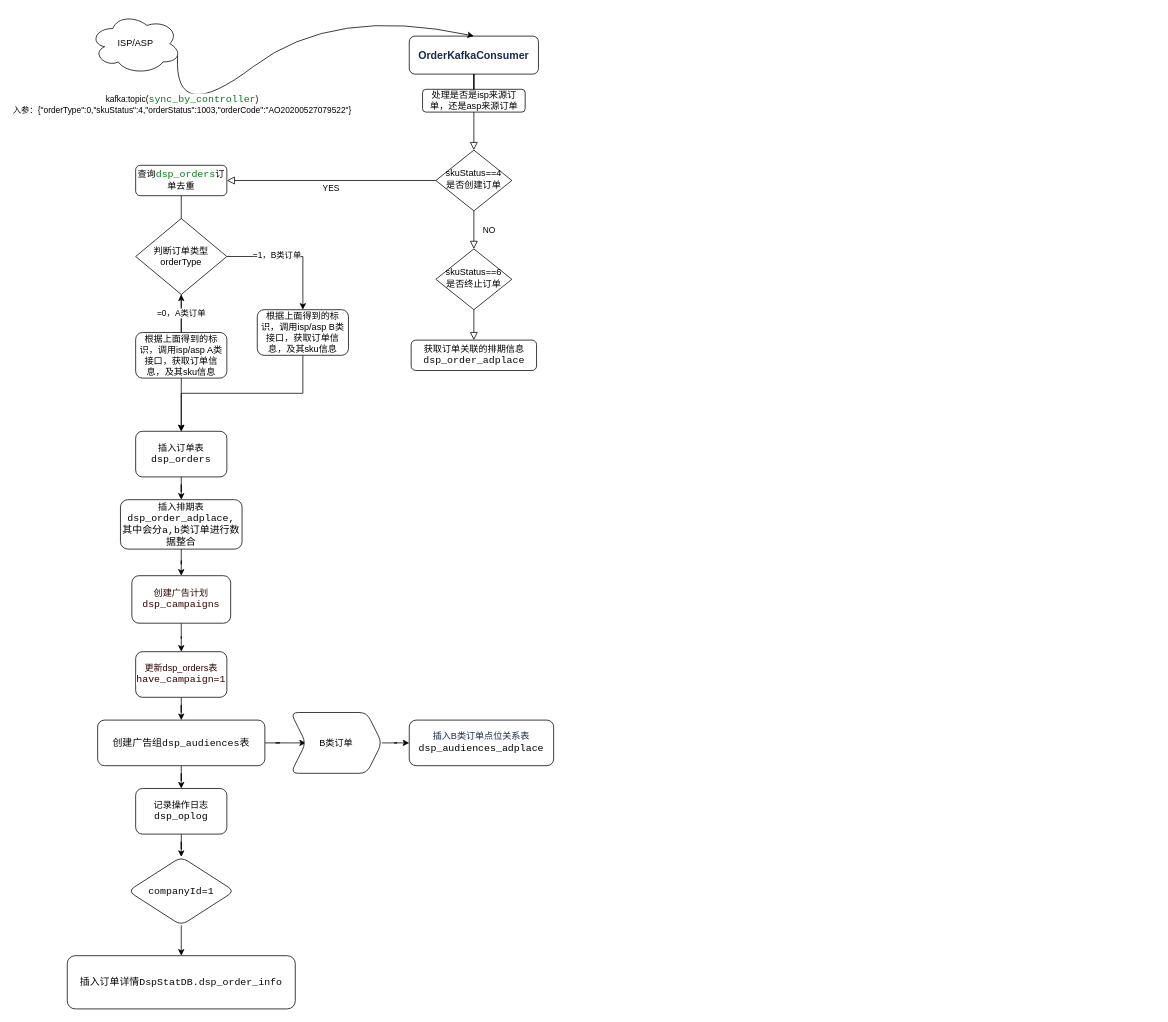
Before: 未命名绘图.drawio in huankong/processon, a draw.io diagram. Source tidied: cells renumbered, new cells numbered last; positions are measured from the earlier drawing's top-left corner, leaving out a move shared by most shapes. Both pictures are drawn from the tidied source at 76%, with x=0, y=0 at pixel (67, 5).
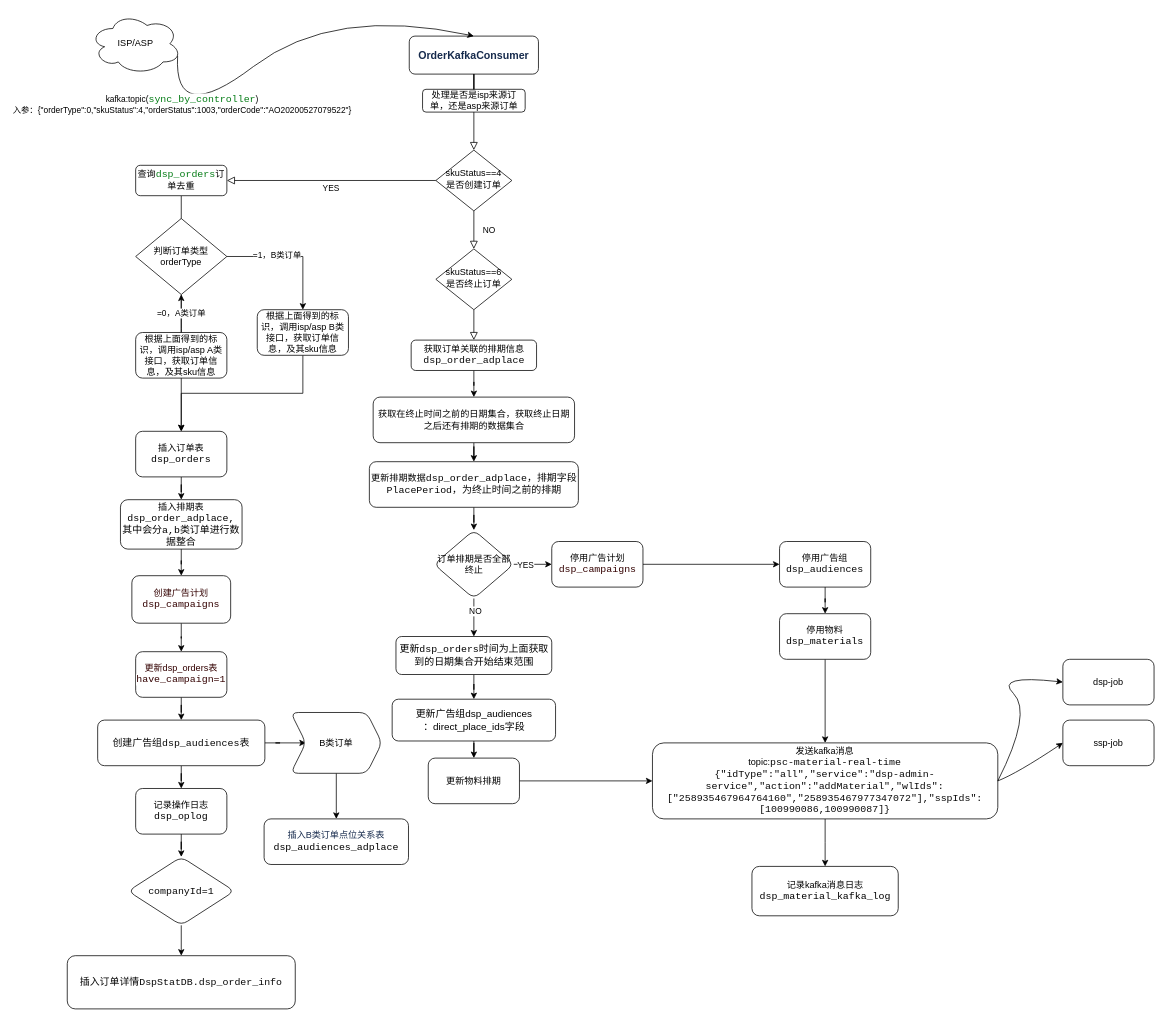
After the change.

Commit message:
更新未命名绘图.drawio

The change refers to these unchanged cells:
```xml
<mxCell id="11" value="获取订单关联的排期信息&lt;span style=&quot;background-color: rgb(255 , 255 , 255) ; color: rgb(8 , 8 , 8) ; font-family: &amp;#34;jetbrains mono&amp;#34; , monospace ; font-size: 9.8pt&quot;&gt;dsp_order_adplace&lt;/span&gt;" style="rounded=1;whiteSpace=wrap;html=1;fontSize=12;glass=0;strokeWidth=1;shadow=0;" parent="1" vertex="1">
  <mxGeometry x="452.5" y="440" width="165" height="40" as="geometry" />
</mxCell>
```

Diff of the diagram source:
```diff
@@
+    <mxCell id="45" style="edgeStyle=orthogonalEdgeStyle;rounded=0;jettySize=auto;html=1;" parent="1" edge="1" source="11" target="47">
+      <mxGeometry relative="1" as="geometry" />
+    </mxCell>
@@
     <mxCell id="39" value="&lt;span style=&quot;color: rgb(23 , 43 , 77) ; letter-spacing: -0.006em&quot;&gt;&lt;font style=&quot;font-size: 12px&quot;&gt;插入B类订单点位关系表&lt;/font&gt;&lt;/span&gt;&lt;span style=&quot;background-color: rgb(255 , 255 , 255) ; font-family: &amp;#34;jetbrains mono&amp;#34; , monospace ; font-size: 9.8pt&quot;&gt;dsp_audiences_adplace&lt;/span&gt;" style="whiteSpace=wrap;html=1;rounded=1;" parent="1" vertex="1">
-      <mxGeometry x="450" y="940" width="190" height="60" as="geometry" />
+      <mxGeometry x="259" y="1070" width="190" height="60" as="geometry" />
     </mxCell>
@@
+    <mxCell id="46" style="edgeStyle=orthogonalEdgeStyle;rounded=0;jettySize=auto;html=1;" parent="1" edge="1" source="47" target="51">
+      <mxGeometry relative="1" as="geometry" />
+    </mxCell>
+    <mxCell id="47" value="获取在终止时间之前的日期集合，获取终止日期之后还有排期的数据集合" style="whiteSpace=wrap;html=1;rounded=1;glass=0;strokeWidth=1;shadow=0;" parent="1" vertex="1">
+      <mxGeometry x="402.5" y="515" width="265" height="60" as="geometry" />
+    </mxCell>
+    <mxCell id="48" style="edgeStyle=orthogonalEdgeStyle;rounded=0;jettySize=auto;html=1;" parent="1" edge="1" source="49" target="71">
+      <mxGeometry relative="1" as="geometry" />
+    </mxCell>
+    <mxCell id="49" value="&lt;font style=&quot;font-size: 13.0667px&quot;&gt;更新&lt;span style=&quot;font-family: &amp;#34;jetbrains mono&amp;#34; , monospace ; background-color: rgb(255 , 255 , 255)&quot;&gt;dsp_orders时间为上面获取到的日期集合开始结束范围&lt;/span&gt;&lt;/font&gt;" style="whiteSpace=wrap;html=1;rounded=1;glass=0;strokeWidth=1;shadow=0;" parent="1" vertex="1">
+      <mxGeometry x="432.5" y="830" width="205" height="50" as="geometry" />
+    </mxCell>
+    <mxCell id="50" style="edgeStyle=orthogonalEdgeStyle;rounded=0;jettySize=auto;html=1;" parent="1" edge="1" source="51" target="56">
+      <mxGeometry relative="1" as="geometry" />
+    </mxCell>
+    <mxCell id="51" value="更新排期数据&lt;span style=&quot;color: rgb(8 , 8 , 8) ; font-family: &amp;#34;jetbrains mono&amp;#34; , monospace ; font-size: 13.0667px ; background-color: rgb(255 , 255 , 255)&quot;&gt;dsp_order_adplace，排期字段&lt;/span&gt;&lt;span style=&quot;background-color: rgb(255 , 255 , 255) ; color: rgb(8 , 8 , 8) ; font-family: &amp;#34;jetbrains mono&amp;#34; , monospace ; font-size: 9.8pt&quot;&gt;PlacePeriod，为终止时间之前的排期&lt;/span&gt;" style="whiteSpace=wrap;html=1;rounded=1;glass=0;strokeWidth=1;shadow=0;" parent="1" vertex="1">
+      <mxGeometry x="397.5" y="600" width="275" height="60" as="geometry" />
+    </mxCell>
+    <mxCell id="52" style="edgeStyle=orthogonalEdgeStyle;rounded=0;jettySize=auto;html=1;" parent="1" edge="1" source="56" target="49">
+      <mxGeometry relative="1" as="geometry" />
+    </mxCell>
+    <mxCell id="53" value="NO" style="edgeLabel;html=1;align=center;verticalAlign=middle;" parent="52" vertex="1">
+      <mxGeometry x="-0.36" y="1" relative="1" as="geometry" />
+    </mxCell>
+    <mxCell id="54" style="edgeStyle=orthogonalEdgeStyle;rounded=0;jettySize=auto;html=1;" parent="1" edge="1" source="56" target="58">
+      <mxGeometry relative="1" as="geometry" />
+    </mxCell>
+    <mxCell id="55" value="YES" style="edgeLabel;html=1;align=center;verticalAlign=middle;" parent="54" vertex="1">
+      <mxGeometry x="-0.3" y="-4" relative="1" as="geometry">
+        <mxPoint x="-3" y="-4" as="offset" />
+      </mxGeometry>
+    </mxCell>
+    <mxCell id="56" value="订单排期是否全部终止" style="rhombus;whiteSpace=wrap;html=1;rounded=1;glass=0;strokeWidth=1;shadow=0;" parent="1" vertex="1">
+      <mxGeometry x="482.5" y="690" width="105" height="90" as="geometry" />
+    </mxCell>
+    <mxCell id="57" style="edgeStyle=orthogonalEdgeStyle;rounded=0;jettySize=auto;html=1;" parent="1" edge="1" source="58" target="60">
+      <mxGeometry relative="1" as="geometry" />
+    </mxCell>
+    <mxCell id="58" value="停用广告计划&lt;span style=&quot;color: rgb(51 , 0 , 0) ; font-family: &amp;#34;jetbrains mono&amp;#34; , monospace ; font-size: 13.0667px ; background-color: rgb(255 , 255 , 255)&quot;&gt;dsp_campaigns&lt;/span&gt;" style="whiteSpace=wrap;html=1;rounded=1;glass=0;strokeWidth=1;shadow=0;" parent="1" vertex="1">
+      <mxGeometry x="637.5" y="705" width="120" height="60" as="geometry" />
+    </mxCell>
+    <mxCell id="59" style="edgeStyle=orthogonalEdgeStyle;rounded=0;jettySize=auto;html=1;" parent="1" edge="1" source="60" target="62">
+      <mxGeometry relative="1" as="geometry" />
+    </mxCell>
+    <mxCell id="60" value="停用广告组&lt;span style=&quot;background-color: rgb(255 , 255 , 255) ; color: rgb(8 , 8 , 8) ; font-family: &amp;#34;jetbrains mono&amp;#34; , monospace ; font-size: 9.8pt&quot;&gt;dsp_audiences&lt;/span&gt;" style="whiteSpace=wrap;html=1;rounded=1;glass=0;strokeWidth=1;shadow=0;" parent="1" vertex="1">
+      <mxGeometry x="937.2" y="705" width="120" height="60" as="geometry" />
+    </mxCell>
+    <mxCell id="61" style="edgeStyle=orthogonalEdgeStyle;rounded=0;jettySize=auto;html=1;" parent="1" edge="1" source="62" target="64">
+      <mxGeometry relative="1" as="geometry" />
+    </mxCell>
+    <mxCell id="62" value="停用物料&lt;span style=&quot;background-color: rgb(255 , 255 , 255) ; font-family: &amp;#34;jetbrains mono&amp;#34; , monospace ; font-size: 9.8pt&quot;&gt;dsp_materials&lt;/span&gt;" style="whiteSpace=wrap;html=1;rounded=1;glass=0;strokeWidth=1;shadow=0;" parent="1" vertex="1">
+      <mxGeometry x="937.2" y="800" width="120" height="60" as="geometry" />
+    </mxCell>
+    <mxCell id="63" style="edgeStyle=orthogonalEdgeStyle;rounded=0;jettySize=auto;html=1;" parent="1" edge="1" source="64" target="65">
+      <mxGeometry relative="1" as="geometry" />
+    </mxCell>
+    <mxCell id="64" value="发送kafka消息&lt;br&gt;topic:&lt;span style=&quot;background-color: rgb(255 , 255 , 255)&quot;&gt;&lt;font color=&quot;#080808&quot; face=&quot;jetbrains mono, monospace&quot;&gt;&lt;span style=&quot;font-size: 9.8pt&quot;&gt;psc-material-real-time&lt;/span&gt;&lt;/font&gt;&lt;br&gt;&lt;font color=&quot;#080808&quot; face=&quot;jetbrains mono, monospace&quot;&gt;&lt;span style=&quot;font-size: 13.0667px&quot;&gt;{&quot;idType&quot;:&quot;all&quot;,&quot;service&quot;:&quot;dsp-admin-service&quot;,&quot;action&quot;:&quot;addMaterial&quot;,&quot;wlIds&quot;:[&quot;258935467964764160&quot;,&quot;258935467977347072&quot;],&quot;sspIds&quot;:[100990086,100990087]}&lt;/span&gt;&lt;/font&gt;&lt;br&gt;&lt;/span&gt;" style="whiteSpace=wrap;html=1;rounded=1;glass=0;strokeWidth=1;shadow=0;" parent="1" vertex="1">
+      <mxGeometry x="770" y="970" width="454.4" height="100" as="geometry" />
+    </mxCell>
+    <mxCell id="65" value="记录kafka消息日志&lt;span style=&quot;background-color: rgb(255 , 255 , 255) ; font-family: &amp;#34;jetbrains mono&amp;#34; , monospace ; font-size: 9.8pt&quot;&gt;dsp_material_kafka_log&lt;/span&gt;" style="whiteSpace=wrap;html=1;rounded=1;glass=0;strokeWidth=1;shadow=0;" parent="1" vertex="1">
+      <mxGeometry x="900.9" y="1132.5" width="192.5" height="65" as="geometry" />
+    </mxCell>
+    <mxCell id="66" style="curved=1;endArrow=classic;html=1;rounded=0;exitX=1;exitY=0.5;exitDx=0;exitDy=0;entryX=0;entryY=0.5;entryDx=0;entryDy=0;" parent="1" edge="1" source="64" target="67">
+      <mxGeometry relative="1" as="geometry">
+        <Array as="points">
+          <mxPoint x="1270" y="930" />
+          <mxPoint x="1220" y="880" />
+        </Array>
+      </mxGeometry>
+    </mxCell>
+    <mxCell id="67" value="dsp-job" style="rounded=1;whiteSpace=wrap;html=1;" parent="1" vertex="1">
+      <mxGeometry x="1310" y="860" width="120" height="60" as="geometry" />
+    </mxCell>
+    <mxCell id="68" style="curved=1;endArrow=classic;html=1;rounded=0;exitX=1;exitY=0.5;exitDx=0;exitDy=0;entryX=0;entryY=0.5;entryDx=0;entryDy=0;" parent="1" edge="1" source="64" target="69">
+      <mxGeometry relative="1" as="geometry">
+        <Array as="points">
+          <mxPoint x="1250" y="1010" />
+        </Array>
+      </mxGeometry>
+    </mxCell>
+    <mxCell id="69" value="ssp-job" style="rounded=1;whiteSpace=wrap;html=1;" parent="1" vertex="1">
+      <mxGeometry x="1310" y="940" width="120" height="60" as="geometry" />
+    </mxCell>
+    <mxCell id="70" style="edgeStyle=orthogonalEdgeStyle;rounded=0;jettySize=auto;html=1;fontSize=12;fontColor=#330000;" parent="1" edge="1" source="71" target="73">
+      <mxGeometry relative="1" as="geometry" />
+    </mxCell>
+    <mxCell id="71" value="&lt;p style=&quot;line-height: 1.2&quot;&gt;&lt;/p&gt;&lt;p style=&quot;font-size: 13.0667px&quot;&gt;&lt;font style=&quot;font-size: 13.0667px&quot; face=&quot;Helvetica&quot;&gt;更新广告组&lt;/font&gt;&lt;font style=&quot;font-size: 13.0667px&quot;&gt;dsp_audiences&lt;br&gt;&lt;/font&gt;&lt;font style=&quot;font-size: 13.0667px&quot; face=&quot;Helvetica&quot;&gt;&lt;span style=&quot;background-color: rgb(255 , 255 , 255)&quot;&gt;：direct_place_ids字段&lt;/span&gt;&lt;/font&gt;&lt;/p&gt;&lt;p&gt;&lt;/p&gt;" style="whiteSpace=wrap;html=1;rounded=1;glass=0;strokeWidth=1;shadow=0;align=center;" parent="1" vertex="1">
+      <mxGeometry x="427.5" y="912.5" width="215" height="55" as="geometry" />
+    </mxCell>
+    <mxCell id="72" style="edgeStyle=orthogonalEdgeStyle;rounded=0;jettySize=auto;html=1;fontFamily=Helvetica;fontSize=13.0667;fontColor=#330000;" parent="1" edge="1" source="73" target="64">
+      <mxGeometry relative="1" as="geometry" />
+    </mxCell>
+    <mxCell id="73" value="更新物料排期" style="whiteSpace=wrap;html=1;rounded=1;glass=0;strokeWidth=1;shadow=0;" parent="1" vertex="1">
+      <mxGeometry x="475" y="990" width="120" height="60" as="geometry" />
+    </mxCell>
```
